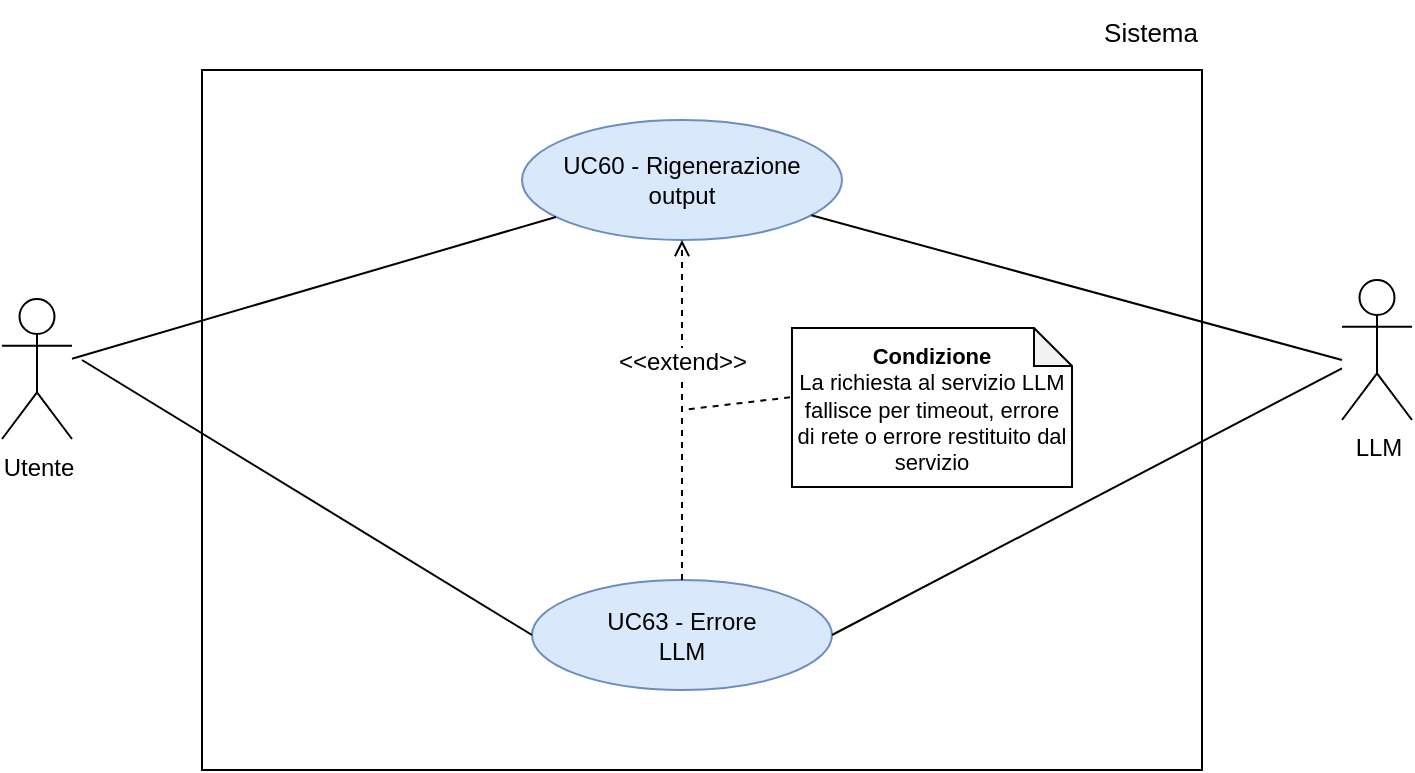
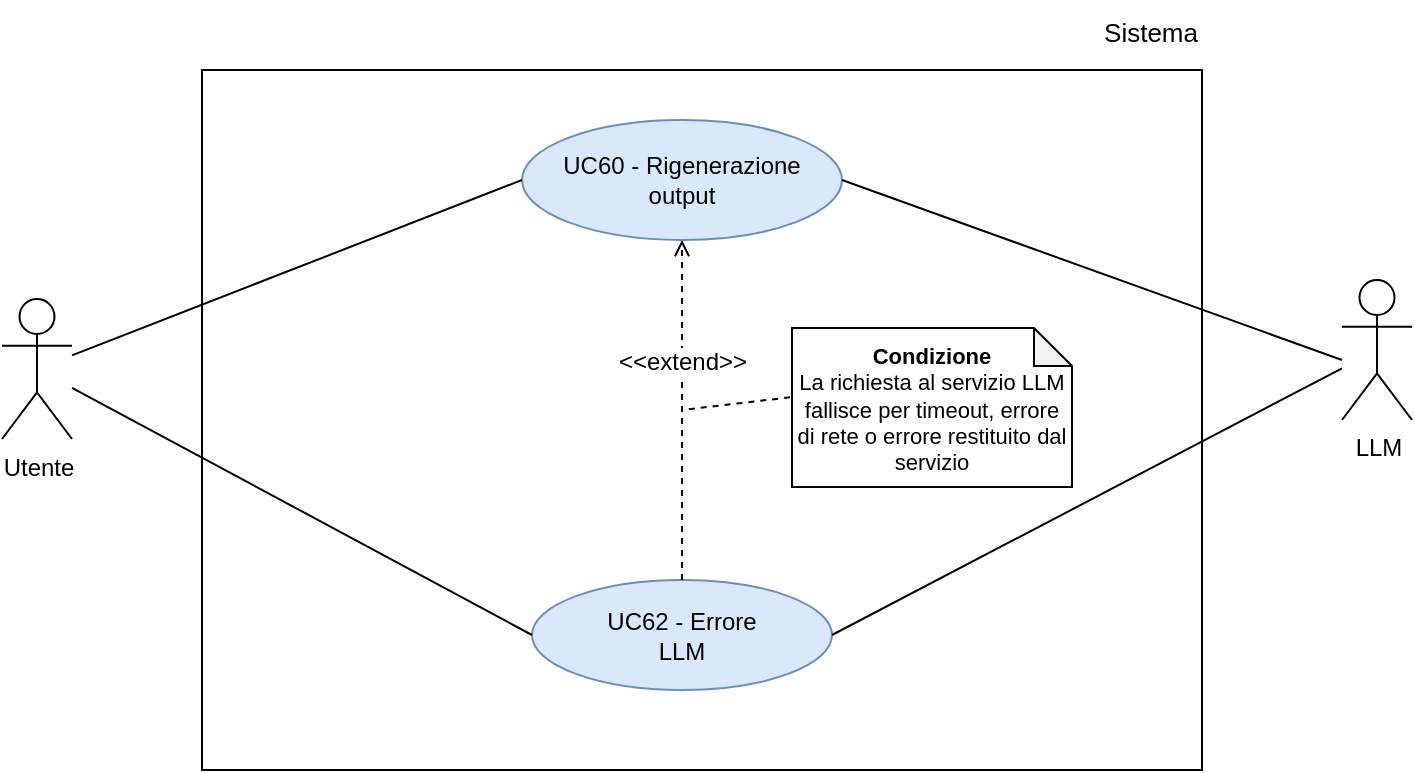
- <mxGraphModel dx="1132" dy="591" grid="1" gridSize="10" guides="1" tooltips="1" connect="1" arrows="1" fold="1" page="1" pageScale="1" pageWidth="1169" pageHeight="827" math="0" shadow="0">
-   <root>
-     <mxCell id="0" />
-     <mxCell id="1" parent="0" />
-     <mxCell id="actor-user" parent="1" style="shape=umlActor;verticalLabelPosition=bottom;verticalAlign=top;html=1;outlineConnect=0;fontSize=12;" value="&lt;font&gt;Utente&lt;/font&gt;" vertex="1">
-       <mxGeometry height="70" width="35" x="230" y="319.5" as="geometry" />
-     </mxCell>
-     <mxCell id="system-boundary" parent="1" style="rounded=0;whiteSpace=wrap;html=1;strokeWidth=1;fontSize=12;" value="" vertex="1">
-       <mxGeometry height="350" width="500" x="330" y="205" as="geometry" />
-     </mxCell>
-     <mxCell id="system-label" parent="1" style="text;html=1;whiteSpace=wrap;strokeColor=none;fillColor=none;align=right;verticalAlign=middle;fontSize=12;" value="&lt;font style=&quot;font-size: 13px;&quot;&gt;Sistema&lt;/font&gt;" vertex="1">
-       <mxGeometry height="32" width="65" x="765" y="170" as="geometry" />
-     </mxCell>
-     <mxCell id="uc52" parent="1" style="ellipse;whiteSpace=wrap;html=1;fillColor=#dae8fc;strokeColor=#6c8ebf;fontSize=12;" value="&lt;font&gt;UC60 - Rigenerazione&lt;/font&gt;&lt;div&gt;&lt;font&gt;output&lt;/font&gt;&lt;/div&gt;" vertex="1">
-       <mxGeometry height="60" width="160" x="490" y="230" as="geometry" />
-     </mxCell>
-     <mxCell id="uc63" parent="1" style="ellipse;whiteSpace=wrap;html=1;fillColor=#dae8fc;strokeColor=#6c8ebf;fontSize=12;" value="&lt;font&gt;UC63 - Errore&lt;br&gt;LLM&lt;/font&gt;" vertex="1">
-       <mxGeometry height="55" width="150" x="495" y="460" as="geometry" />
-     </mxCell>
-     <mxCell id="assoc-user-uc52" edge="1" parent="1" source="actor-user" style="edgeStyle=none;rounded=0;orthogonalLoop=1;jettySize=auto;html=1;endArrow=none;endFill=0;fontSize=12;" target="uc52">
-       <mxGeometry relative="1" as="geometry" />
-     </mxCell>
-     <mxCell id="assoc-uc52-llm" edge="1" parent="1" source="uc52" style="edgeStyle=none;rounded=0;orthogonalLoop=1;jettySize=auto;html=1;endArrow=none;endFill=0;fontSize=12;">
-       <mxGeometry relative="1" as="geometry">
-         <mxPoint x="900" y="350" as="targetPoint" />
-       </mxGeometry>
-     </mxCell>
-     <mxCell id="extend-uc63-uc52" edge="1" parent="1" source="uc63" style="dashed=1;endArrow=open;endFill=0;html=1;rounded=0;fontSize=12;" target="uc52">
-       <mxGeometry relative="1" as="geometry" />
-     </mxCell>
-     <mxCell id="extend-label-63" connectable="0" parent="extend-uc63-uc52" style="edgeLabel;html=1;align=center;verticalAlign=middle;resizable=0;points=[];fontSize=12;" value="&lt;font&gt;&lt;font style=&quot;&quot;&gt;&amp;lt;&amp;lt;&lt;/font&gt;&lt;font style=&quot;&quot;&gt;extend&lt;/font&gt;&lt;font style=&quot;&quot;&gt;&amp;gt;&amp;gt;&lt;/font&gt;&lt;/font&gt;" vertex="1">
-       <mxGeometry relative="1" x="-0.05" y="-1" as="geometry">
-         <mxPoint x="-1" y="-28" as="offset" />
-       </mxGeometry>
-     </mxCell>
-     <mxCell id="condition-line-63" edge="1" parent="1" style="dashed=1;endArrow=none;html=1;rounded=0;strokeWidth=1;fontSize=12;" target="extend-uc63-uc52">
-       <mxGeometry relative="1" as="geometry">
-         <mxPoint x="630" y="367.95588235294133" as="sourcePoint" />
-       </mxGeometry>
-     </mxCell>
-     <mxCell id="4S_GJxI6N92lzNAu5wbE-25" parent="1" style="shape=umlActor;verticalLabelPosition=bottom;verticalAlign=top;html=1;outlineConnect=0;fontSize=12;" value="&lt;font&gt;LLM&lt;/font&gt;" vertex="1">
-       <mxGeometry height="70" width="35" x="900" y="310" as="geometry" />
-     </mxCell>
-     <mxCell id="4S_GJxI6N92lzNAu5wbE-44" edge="1" parent="1" style="edgeStyle=none;rounded=0;orthogonalLoop=1;jettySize=auto;html=1;endArrow=none;endFill=0;entryX=0;entryY=0.5;entryDx=0;entryDy=0;fontSize=12;" target="uc63">
-       <mxGeometry relative="1" as="geometry">
-         <mxPoint x="270" y="350" as="sourcePoint" />
-         <mxPoint x="515" y="380" as="targetPoint" />
-       </mxGeometry>
-     </mxCell>
-     <mxCell id="4S_GJxI6N92lzNAu5wbE-45" edge="1" parent="1" source="uc63" style="edgeStyle=none;rounded=0;orthogonalLoop=1;jettySize=auto;html=1;endArrow=none;endFill=0;exitX=1;exitY=0.5;exitDx=0;exitDy=0;fontSize=12;" target="4S_GJxI6N92lzNAu5wbE-25">
-       <mxGeometry relative="1" as="geometry">
-         <mxPoint x="710" y="520" as="sourcePoint" />
-         <mxPoint x="950" y="390" as="targetPoint" />
-       </mxGeometry>
-     </mxCell>
-     <mxCell id="4S_GJxI6N92lzNAu5wbE-80" parent="1" style="shape=note;whiteSpace=wrap;html=1;backgroundOutline=1;darkOpacity=0.05;size=19;" value="&lt;b style=&quot;font-size: 11px;&quot;&gt;Condizione&lt;/b&gt;&lt;br style=&quot;font-size: 11px;&quot;&gt;&lt;div style=&quot;font-size: 11px;&quot;&gt;La richiesta al servizio LLM fallisce per timeout, errore di rete o errore restituito dal servizio&lt;/div&gt;" vertex="1">
-       <mxGeometry height="79.5" width="140" x="625" y="334" as="geometry" />
-     </mxCell>
-   </root>
- </mxGraphModel>
+ <mxfile host="app.diagrams.net">
+   <diagram name="Page-1" id="S9Sk4aXiUNMs9s_fJHhJ">
+     <mxGraphModel dx="1639" dy="959" grid="1" gridSize="10" guides="1" tooltips="1" connect="1" arrows="1" fold="1" page="1" pageScale="1" pageWidth="850" pageHeight="1100" math="0" shadow="0">
+       <root>
+         <mxCell id="0" />
+         <mxCell id="1" parent="0" />
+         <mxCell id="B4opXix7NniQV_eAezjW-59" parent="1" style="shape=umlActor;verticalLabelPosition=bottom;verticalAlign=top;html=1;outlineConnect=0;fontSize=12;" value="&lt;font&gt;Utente&lt;/font&gt;" vertex="1">
+           <mxGeometry height="70" width="35" x="60" y="339.5" as="geometry" />
+         </mxCell>
+         <mxCell id="B4opXix7NniQV_eAezjW-60" parent="1" style="rounded=0;whiteSpace=wrap;html=1;strokeWidth=1;fontSize=12;" value="" vertex="1">
+           <mxGeometry height="350" width="500" x="160" y="225" as="geometry" />
+         </mxCell>
+         <mxCell id="B4opXix7NniQV_eAezjW-61" parent="1" style="text;html=1;whiteSpace=wrap;strokeColor=none;fillColor=none;align=right;verticalAlign=middle;fontSize=12;" value="&lt;font style=&quot;font-size: 13px;&quot;&gt;Sistema&lt;/font&gt;" vertex="1">
+           <mxGeometry height="32" width="65" x="595" y="190" as="geometry" />
+         </mxCell>
+         <mxCell id="B4opXix7NniQV_eAezjW-62" parent="1" style="ellipse;whiteSpace=wrap;html=1;fillColor=#dae8fc;strokeColor=#6c8ebf;fontSize=12;" value="&lt;font&gt;UC60 - Rigenerazione&lt;/font&gt;&lt;div&gt;&lt;font&gt;output&lt;/font&gt;&lt;/div&gt;" vertex="1">
+           <mxGeometry height="60" width="160" x="320" y="250" as="geometry" />
+         </mxCell>
+         <mxCell id="B4opXix7NniQV_eAezjW-63" parent="1" style="ellipse;whiteSpace=wrap;html=1;fillColor=#dae8fc;strokeColor=#6c8ebf;fontSize=12;" value="&lt;font&gt;UC62 - Errore&lt;br&gt;LLM&lt;/font&gt;" vertex="1">
+           <mxGeometry height="55" width="150" x="325" y="480" as="geometry" />
+         </mxCell>
+         <mxCell id="B4opXix7NniQV_eAezjW-64" edge="1" parent="1" source="B4opXix7NniQV_eAezjW-59" style="edgeStyle=none;rounded=0;orthogonalLoop=1;jettySize=auto;html=1;endArrow=none;endFill=0;fontSize=12;entryX=0;entryY=0.5;entryDx=0;entryDy=0;" target="B4opXix7NniQV_eAezjW-62">
+           <mxGeometry relative="1" as="geometry" />
+         </mxCell>
+         <mxCell id="B4opXix7NniQV_eAezjW-65" edge="1" parent="1" source="B4opXix7NniQV_eAezjW-62" style="edgeStyle=none;rounded=0;orthogonalLoop=1;jettySize=auto;html=1;endArrow=none;endFill=0;fontSize=12;exitX=1;exitY=0.5;exitDx=0;exitDy=0;">
+           <mxGeometry relative="1" as="geometry">
+             <mxPoint x="730" y="370" as="targetPoint" />
+           </mxGeometry>
+         </mxCell>
+         <mxCell id="B4opXix7NniQV_eAezjW-66" edge="1" parent="1" source="B4opXix7NniQV_eAezjW-63" style="dashed=1;endArrow=open;endFill=0;html=1;rounded=0;fontSize=12;" target="B4opXix7NniQV_eAezjW-62">
+           <mxGeometry relative="1" as="geometry" />
+         </mxCell>
+         <mxCell id="B4opXix7NniQV_eAezjW-67" connectable="0" parent="B4opXix7NniQV_eAezjW-66" style="edgeLabel;html=1;align=center;verticalAlign=middle;resizable=0;points=[];fontSize=12;" value="&lt;font&gt;&lt;font style=&quot;&quot;&gt;&amp;lt;&amp;lt;&lt;/font&gt;&lt;font style=&quot;&quot;&gt;extend&lt;/font&gt;&lt;font style=&quot;&quot;&gt;&amp;gt;&amp;gt;&lt;/font&gt;&lt;/font&gt;" vertex="1">
+           <mxGeometry relative="1" x="-0.05" y="-1" as="geometry">
+             <mxPoint x="-1" y="-28" as="offset" />
+           </mxGeometry>
+         </mxCell>
+         <mxCell id="B4opXix7NniQV_eAezjW-68" edge="1" parent="1" style="dashed=1;endArrow=none;html=1;rounded=0;strokeWidth=1;fontSize=12;" target="B4opXix7NniQV_eAezjW-66">
+           <mxGeometry relative="1" as="geometry">
+             <mxPoint x="460" y="387.95588235294133" as="sourcePoint" />
+           </mxGeometry>
+         </mxCell>
+         <mxCell id="B4opXix7NniQV_eAezjW-69" parent="1" style="shape=umlActor;verticalLabelPosition=bottom;verticalAlign=top;html=1;outlineConnect=0;fontSize=12;" value="&lt;font&gt;LLM&lt;/font&gt;" vertex="1">
+           <mxGeometry height="70" width="35" x="730" y="330" as="geometry" />
+         </mxCell>
+         <mxCell id="B4opXix7NniQV_eAezjW-70" edge="1" parent="1" source="B4opXix7NniQV_eAezjW-63" style="edgeStyle=none;rounded=0;orthogonalLoop=1;jettySize=auto;html=1;endArrow=none;endFill=0;exitX=1;exitY=0.5;exitDx=0;exitDy=0;fontSize=12;" target="B4opXix7NniQV_eAezjW-69">
+           <mxGeometry relative="1" as="geometry">
+             <mxPoint x="540" y="540" as="sourcePoint" />
+             <mxPoint x="780" y="410" as="targetPoint" />
+           </mxGeometry>
+         </mxCell>
+         <mxCell id="B4opXix7NniQV_eAezjW-71" parent="1" style="shape=note;whiteSpace=wrap;html=1;backgroundOutline=1;darkOpacity=0.05;size=19;" value="&lt;b style=&quot;font-size: 11px;&quot;&gt;Condizione&lt;/b&gt;&lt;br style=&quot;font-size: 11px;&quot;&gt;&lt;div style=&quot;font-size: 11px;&quot;&gt;La richiesta al servizio LLM fallisce per timeout, errore di rete o errore restituito dal servizio&lt;/div&gt;" vertex="1">
+           <mxGeometry height="79.5" width="140" x="455" y="354" as="geometry" />
+         </mxCell>
+         <mxCell id="B4opXix7NniQV_eAezjW-73" edge="1" parent="1" source="B4opXix7NniQV_eAezjW-59" style="edgeStyle=none;rounded=0;orthogonalLoop=1;jettySize=auto;html=1;endArrow=none;endFill=0;fontSize=12;entryX=0;entryY=0.5;entryDx=0;entryDy=0;" target="B4opXix7NniQV_eAezjW-63">
+           <mxGeometry relative="1" as="geometry">
+             <mxPoint x="90" y="371" as="sourcePoint" />
+             <mxPoint x="332" y="300" as="targetPoint" />
+           </mxGeometry>
+         </mxCell>
+       </root>
+     </mxGraphModel>
+   </diagram>
+ </mxfile>
